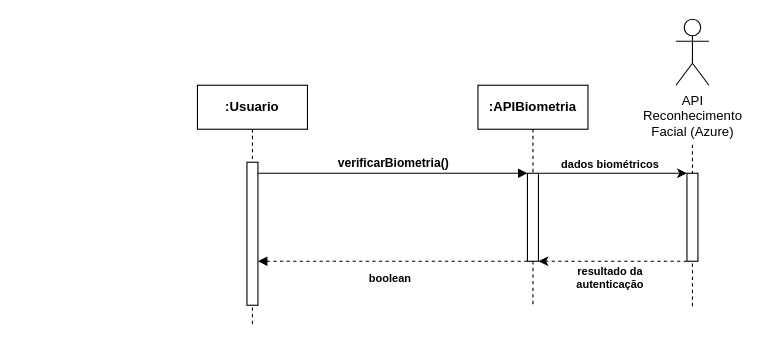
The draw.io diagram diagrama_sequencia/Diagrama_Sequencia_UC01.drawio in gb-cs-rt/home_broker, before the edit. Source tidied: cells renumbered, new cells numbered last; positions are measured from the earlier drawing's top-left corner, leaving out a move shared by most shapes. Both pictures are drawn from the tidied source at 110%, with x=0, y=0 at pixel (197, 19).
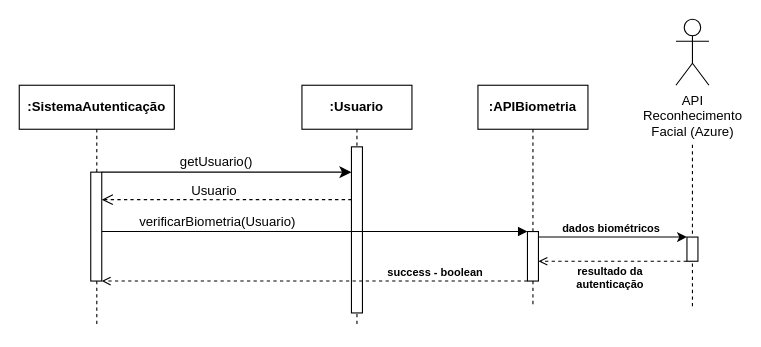
Above is the later version.

Unchanged cells that the change refers to:
```xml
<mxCell id="5" value="&lt;b&gt;:APIBiometria&lt;/b&gt;" style="shape=umlLifeline;perimeter=lifelinePerimeter;whiteSpace=wrap;html=1;newEdgeStyle={&quot;edgeStyle&quot;:&quot;elbowEdgeStyle&quot;,&quot;elbow&quot;:&quot;vertical&quot;,&quot;curved&quot;:0,&quot;rounded&quot;:0};" parent="1" vertex="1">
  <mxGeometry x="255" y="60" width="100" height="200" as="geometry" />
</mxCell>
```

The edit, as a diff of the source:
```diff
@@
     <mxCell id="3" value="&lt;b&gt;:Usuario&lt;/b&gt;" style="shape=umlLifeline;perimeter=lifelinePerimeter;whiteSpace=wrap;html=1;newEdgeStyle={&quot;edgeStyle&quot;:&quot;elbowEdgeStyle&quot;,&quot;elbow&quot;:&quot;vertical&quot;,&quot;curved&quot;:0,&quot;rounded&quot;:0};" parent="1" vertex="1">
-      <mxGeometry y="60" width="100" height="220" as="geometry" />
+      <mxGeometry x="95" y="60" width="100" height="220" as="geometry" />
     </mxCell>
     <mxCell id="4" style="html=1;points=[];perimeter=orthogonalPerimeter;outlineConnect=0;targetShapes=umlLifeline;portConstraint=eastwest;newEdgeStyle={&quot;edgeStyle&quot;:&quot;elbowEdgeStyle&quot;,&quot;elbow&quot;:&quot;vertical&quot;,&quot;curved&quot;:0,&quot;rounded&quot;:0};" parent="3" vertex="1">
-      <mxGeometry x="45" y="70" width="10" height="130" as="geometry" />
+      <mxGeometry x="45" y="56" width="10" height="151" as="geometry" />
     </mxCell>
@@
     <mxCell id="6" style="html=1;points=[];perimeter=orthogonalPerimeter;outlineConnect=0;targetShapes=umlLifeline;portConstraint=eastwest;newEdgeStyle={&quot;edgeStyle&quot;:&quot;elbowEdgeStyle&quot;,&quot;elbow&quot;:&quot;vertical&quot;,&quot;curved&quot;:0,&quot;rounded&quot;:0};" parent="5" vertex="1">
-      <mxGeometry x="45" y="80" width="10" height="80" as="geometry" />
+      <mxGeometry x="45" y="133" width="10" height="45" as="geometry" />
     </mxCell>
-    <mxCell id="7" value="&lt;b&gt;verificarBiometria()&lt;/b&gt;" style="html=1;verticalAlign=bottom;endArrow=block;edgeStyle=elbowEdgeStyle;elbow=vertical;curved=0;rounded=0;" parent="1" edge="1" source="4" target="6">
+    <mxCell id="7" style="html=1;verticalAlign=bottom;endArrow=block;edgeStyle=elbowEdgeStyle;elbow=vertical;curved=0;rounded=0;" parent="1" edge="1">
       <mxGeometry relative="1" as="geometry">
+        <mxPoint x="-87" y="193" as="sourcePoint" />
+        <mxPoint x="300" y="193" as="targetPoint" />
         <Array as="points">
-          <mxPoint x="140" y="140" />
+          <mxPoint x="114" y="193" />
+          <mxPoint x="-3" y="188" />
         </Array>
       </mxGeometry>
     </mxCell>
+    <mxCell id="16" value="verificarBiometria(Usuario)" style="edgeLabel;html=1;align=center;verticalAlign=middle;fontSize=12;fontFamily=Helvetica;fontColor=default;fillColor=none;gradientColor=none;" parent="7" vertex="1">
+      <mxGeometry x="-0.48" y="1" width="160" height="26" relative="1" as="geometry">
+        <mxPoint x="-76" y="-21" as="offset" />
+      </mxGeometry>
+    </mxCell>
-    <mxCell id="8" style="html=1;verticalAlign=bottom;endArrow=block;edgeStyle=elbowEdgeStyle;elbow=vertical;curved=0;rounded=0;dashed=1;" parent="1" edge="1">
+    <mxCell id="8" style="html=1;verticalAlign=bottom;endArrow=open;edgeStyle=elbowEdgeStyle;elbow=vertical;curved=0;rounded=0;dashed=1;endFill=0;" parent="1" edge="1">
       <mxGeometry relative="1" as="geometry">
-        <mxPoint x="300" y="220" as="sourcePoint" />
-        <mxPoint x="55" y="220" as="targetPoint" />
+        <mxPoint x="300" y="238" as="sourcePoint" />
+        <mxPoint x="-87" y="238" as="targetPoint" />
         <Array as="points">
-          <mxPoint x="148" y="220" />
+          <mxPoint x="148" y="238" />
         </Array>
       </mxGeometry>
     </mxCell>
@@
     <mxCell id="10" style="rounded=0;whiteSpace=wrap;html=1;" parent="1" vertex="1">
-      <mxGeometry x="445" y="140" width="10" height="80" as="geometry" />
+      <mxGeometry x="445" y="198" width="10" height="22" as="geometry" />
     </mxCell>
-    <mxCell id="11" style="endArrow=classic;html=1;rounded=0;entryX=0;entryY=0;entryDx=0;entryDy=0;" parent="1" edge="1" source="6" target="10">
-      <mxGeometry relative="1" as="geometry" />
+    <mxCell id="11" style="endArrow=classic;html=1;rounded=0;entryX=0;entryY=0;entryDx=0;entryDy=0;" parent="1" edge="1">
+      <mxGeometry relative="1" as="geometry">
+        <mxPoint x="310" y="198" as="sourcePoint" />
+        <mxPoint x="445" y="198" as="targetPoint" />
+      </mxGeometry>
     </mxCell>
-    <mxCell id="12" style="endArrow=classic;html=1;rounded=0;exitX=0;exitY=1;exitDx=0;exitDy=0;dashed=1;" parent="1" edge="1" source="10" target="6">
+    <mxCell id="12" style="endArrow=open;html=1;rounded=0;exitX=0;exitY=1;exitDx=0;exitDy=0;dashed=1;endFill=0;" parent="1" edge="1" source="10" target="6">
       <mxGeometry relative="1" as="geometry" />
     </mxCell>
     <mxCell id="13" value="dados biométricos" style="text;html=1;align=center;verticalAlign=middle;strokeColor=none;fillColor=none;fontSize=10;fontStyle=1;" parent="1" vertex="1">
-      <mxGeometry x="325" y="117" width="100" height="30" as="geometry" />
+      <mxGeometry x="326" y="175" width="100" height="30" as="geometry" />
     </mxCell>
@@
-    <mxCell id="15" value="boolean" style="text;html=1;align=center;verticalAlign=middle;strokeColor=none;fillColor=none;fontSize=10;fontStyle=1;" parent="1" vertex="1">
-      <mxGeometry x="145" y="220" width="60" height="30" as="geometry" />
+    <mxCell id="15" value="success - boolean" style="text;html=1;align=center;verticalAlign=middle;strokeColor=none;fillColor=none;fontSize=10;fontStyle=1;" parent="1" vertex="1">
+      <mxGeometry x="166" y="218" width="99" height="24" as="geometry" />
     </mxCell>
+    <mxCell id="17" value="&lt;b&gt;:SistemaAutenticação&lt;/b&gt;" style="shape=umlLifeline;perimeter=lifelinePerimeter;whiteSpace=wrap;html=1;newEdgeStyle={&quot;edgeStyle&quot;:&quot;elbowEdgeStyle&quot;,&quot;elbow&quot;:&quot;vertical&quot;,&quot;curved&quot;:0,&quot;rounded&quot;:0};" parent="1" vertex="1">
+      <mxGeometry x="-162" y="60" width="141" height="220" as="geometry" />
+    </mxCell>
+    <mxCell id="18" style="html=1;perimeter=orthogonalPerimeter;targetShapes=umlLifeline;newEdgeStyle={&quot;edgeStyle&quot;:&quot;elbowEdgeStyle&quot;,&quot;elbow&quot;:&quot;vertical&quot;,&quot;curved&quot;:0,&quot;rounded&quot;:0};" parent="17" vertex="1">
+      <mxGeometry x="65" y="79" width="10" height="99" as="geometry" />
+    </mxCell>
+    <mxCell id="19" style="endArrow=classic;html=1;rounded=0;fontFamily=Helvetica;fontSize=12;fontColor=default;startSize=8;endSize=8;curved=1;" parent="1" edge="1" target="4">
+      <mxGeometry relative="1" as="geometry">
+        <mxPoint x="-87" y="139" as="sourcePoint" />
+      </mxGeometry>
+    </mxCell>
+    <mxCell id="20" value="getUsuario()" style="edgeLabel;html=1;align=center;verticalAlign=middle;fontSize=12;fontFamily=Helvetica;fontColor=default;fillColor=none;gradientColor=none;" parent="19" vertex="1">
+      <mxGeometry x="-0.09" y="1" width="84" height="26" relative="1" as="geometry">
+        <mxPoint x="-41" y="-21" as="offset" />
+      </mxGeometry>
+    </mxCell>
+    <mxCell id="21" style="endArrow=open;html=1;rounded=0;fontFamily=Helvetica;fontSize=12;fontColor=default;startSize=8;endSize=8;curved=1;dashed=1;endFill=0;" parent="1" edge="1">
+      <mxGeometry relative="1" as="geometry">
+        <mxPoint x="140" y="164" as="sourcePoint" />
+        <mxPoint x="-87" y="164" as="targetPoint" />
+      </mxGeometry>
+    </mxCell>
+    <mxCell id="22" value="Usuario" style="edgeLabel;html=1;align=center;verticalAlign=middle;fontSize=12;fontFamily=Helvetica;fontColor=default;fillColor=none;gradientColor=none;" parent="21" vertex="1">
+      <mxGeometry x="0.13" width="59" height="26" relative="1" as="geometry">
+        <mxPoint x="-27" y="-21" as="offset" />
+      </mxGeometry>
+    </mxCell>
```
